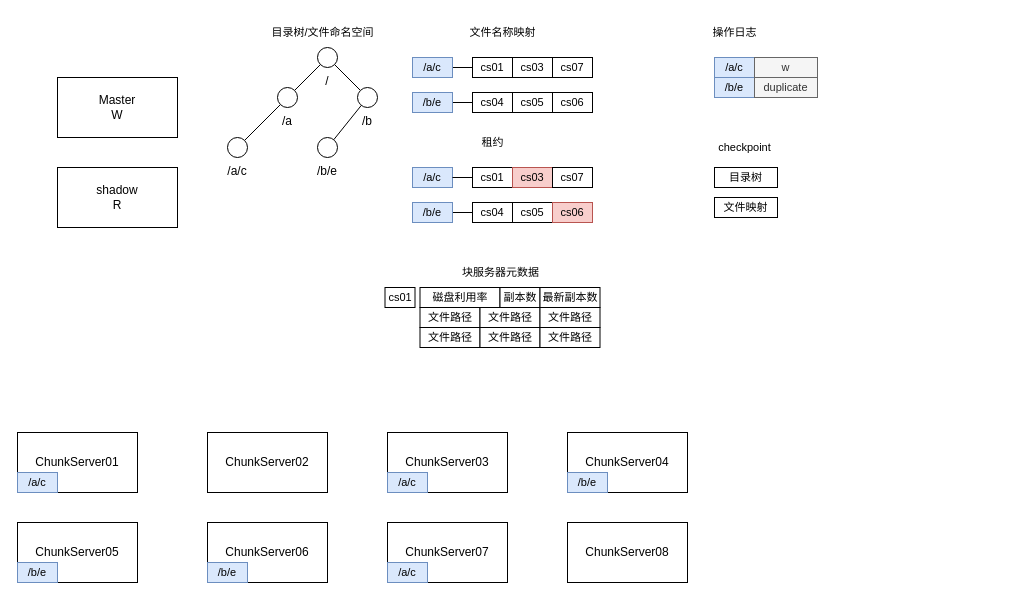
Earlier version of the draw.io diagram page "数据存放位置" (2 of 4) of draw.io/gfs.drawio (jackyxie19/mit_6.824_java). Source tidied: cells renumbered, new cells numbered last; positions are measured from the earlier drawing's top-left corner, leaving out a move shared by most shapes. Both pictures are drawn from the tidied source at 100%, with x=0, y=0 at pixel (17, 17).
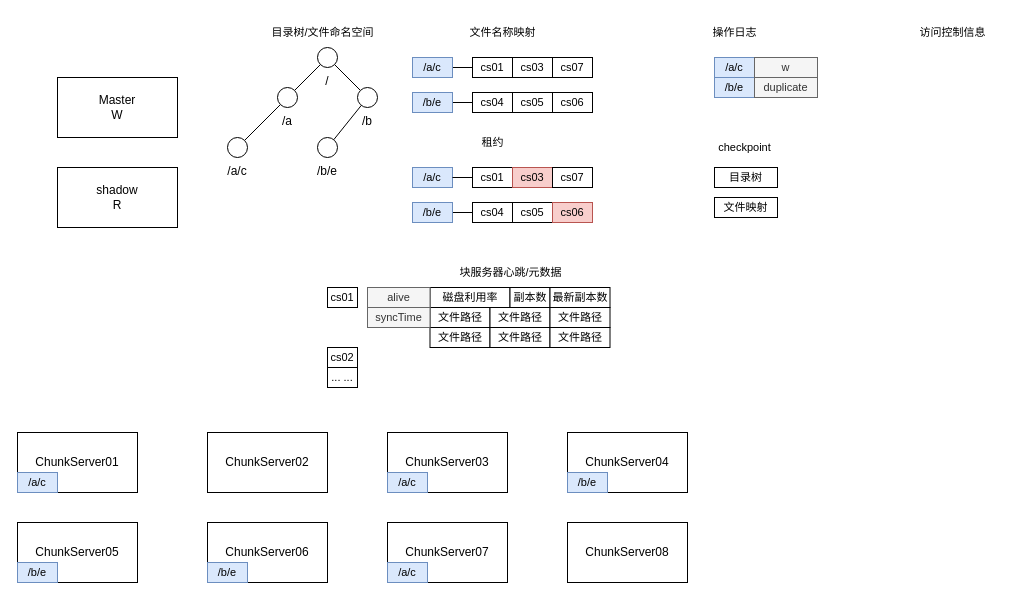
The same diagram, later.

The edit, as a diff of the source:
```diff
@@
-    <mxCell id="49" value="块服务器元数据" style="text;html=1;align=center;verticalAlign=middle;strokeColor=none;fillColor=none;fontSize=11;fontFamily=Helvetica;fontColor=default;" parent="1" vertex="1">
-      <mxGeometry x="432.5" y="240" width="100" height="30" as="geometry" />
+    <mxCell id="49" value="块服务器心跳/元数据" style="text;html=1;align=center;verticalAlign=middle;strokeColor=none;fillColor=none;fontSize=11;fontFamily=Helvetica;fontColor=default;" parent="1" vertex="1">
+      <mxGeometry x="427.5" y="240" width="130" height="30" as="geometry" />
     </mxCell>
     <mxCell id="50" value="cs01" style="rounded=0;whiteSpace=wrap;html=1;fontFamily=Helvetica;fontSize=11;fontColor=default;" parent="1" vertex="1">
-      <mxGeometry x="367.5" y="270" width="30" height="20" as="geometry" />
+      <mxGeometry x="310" y="270" width="30" height="20" as="geometry" />
     </mxCell>
     <mxCell id="51" value="磁盘利用率" style="rounded=0;whiteSpace=wrap;html=1;fontFamily=Helvetica;fontSize=11;fontColor=default;" parent="1" vertex="1">
-      <mxGeometry x="402.5" y="270" width="80" height="20" as="geometry" />
+      <mxGeometry x="412.5" y="270" width="80" height="20" as="geometry" />
     </mxCell>
     <mxCell id="52" value="副本数" style="rounded=0;whiteSpace=wrap;html=1;fontFamily=Helvetica;fontSize=11;fontColor=default;" parent="1" vertex="1">
-      <mxGeometry x="482.5" y="270" width="40" height="20" as="geometry" />
+      <mxGeometry x="492.5" y="270" width="40" height="20" as="geometry" />
     </mxCell>
     <mxCell id="53" value="最新副本数" style="rounded=0;whiteSpace=wrap;html=1;fontFamily=Helvetica;fontSize=11;fontColor=default;" parent="1" vertex="1">
-      <mxGeometry x="522.5" y="270" width="60" height="20" as="geometry" />
+      <mxGeometry x="532.5" y="270" width="60" height="20" as="geometry" />
     </mxCell>
     <mxCell id="54" value="文件路径" style="rounded=0;whiteSpace=wrap;html=1;fontFamily=Helvetica;fontSize=11;fontColor=default;" parent="1" vertex="1">
-      <mxGeometry x="402.5" y="290" width="60" height="20" as="geometry" />
+      <mxGeometry x="412.5" y="290" width="60" height="20" as="geometry" />
     </mxCell>
     <mxCell id="55" value="文件路径" style="rounded=0;whiteSpace=wrap;html=1;fontFamily=Helvetica;fontSize=11;fontColor=default;" parent="1" vertex="1">
-      <mxGeometry x="402.5" y="310" width="60" height="20" as="geometry" />
+      <mxGeometry x="412.5" y="310" width="60" height="20" as="geometry" />
     </mxCell>
     <mxCell id="56" value="文件路径" style="rounded=0;whiteSpace=wrap;html=1;fontFamily=Helvetica;fontSize=11;fontColor=default;" parent="1" vertex="1">
-      <mxGeometry x="462.5" y="290" width="60" height="20" as="geometry" />
+      <mxGeometry x="472.5" y="290" width="60" height="20" as="geometry" />
     </mxCell>
     <mxCell id="57" value="文件路径" style="rounded=0;whiteSpace=wrap;html=1;fontFamily=Helvetica;fontSize=11;fontColor=default;" parent="1" vertex="1">
-      <mxGeometry x="522.5" y="290" width="60" height="20" as="geometry" />
+      <mxGeometry x="532.5" y="290" width="60" height="20" as="geometry" />
     </mxCell>
     <mxCell id="58" value="文件路径" style="rounded=0;whiteSpace=wrap;html=1;fontFamily=Helvetica;fontSize=11;fontColor=default;" parent="1" vertex="1">
-      <mxGeometry x="462.5" y="310" width="60" height="20" as="geometry" />
+      <mxGeometry x="472.5" y="310" width="60" height="20" as="geometry" />
     </mxCell>
     <mxCell id="59" value="文件路径" style="rounded=0;whiteSpace=wrap;html=1;fontFamily=Helvetica;fontSize=11;fontColor=default;" parent="1" vertex="1">
-      <mxGeometry x="522.5" y="310" width="60" height="20" as="geometry" />
+      <mxGeometry x="532.5" y="310" width="60" height="20" as="geometry" />
     </mxCell>
@@
+    <mxCell id="69" value="cs02" style="rounded=0;whiteSpace=wrap;html=1;fontFamily=Helvetica;fontSize=11;fontColor=default;" parent="1" vertex="1">
+      <mxGeometry x="310" y="330" width="30" height="20" as="geometry" />
+    </mxCell>
+    <mxCell id="70" value="... ..." style="rounded=0;whiteSpace=wrap;html=1;fontFamily=Helvetica;fontSize=11;fontColor=default;" parent="1" vertex="1">
+      <mxGeometry x="310" y="350" width="30" height="20" as="geometry" />
+    </mxCell>
+    <mxCell id="71" value="访问控制信息" style="text;html=1;align=center;verticalAlign=middle;strokeColor=none;fillColor=none;fontSize=11;fontFamily=Helvetica;fontColor=default;" parent="1" vertex="1">
+      <mxGeometry x="890" width="90" height="30" as="geometry" />
+    </mxCell>
+    <mxCell id="72" value="alive" style="rounded=0;whiteSpace=wrap;html=1;fontFamily=Helvetica;fontSize=11;fillColor=#f5f5f5;fontColor=#333333;strokeColor=#666666;" parent="1" vertex="1">
+      <mxGeometry x="350" y="270" width="62.5" height="20" as="geometry" />
+    </mxCell>
+    <mxCell id="73" value="syncTime" style="rounded=0;whiteSpace=wrap;html=1;fontFamily=Helvetica;fontSize=11;fillColor=#f5f5f5;fontColor=#333333;strokeColor=#666666;" parent="1" vertex="1">
+      <mxGeometry x="350" y="290" width="62.5" height="20" as="geometry" />
+    </mxCell>
```
